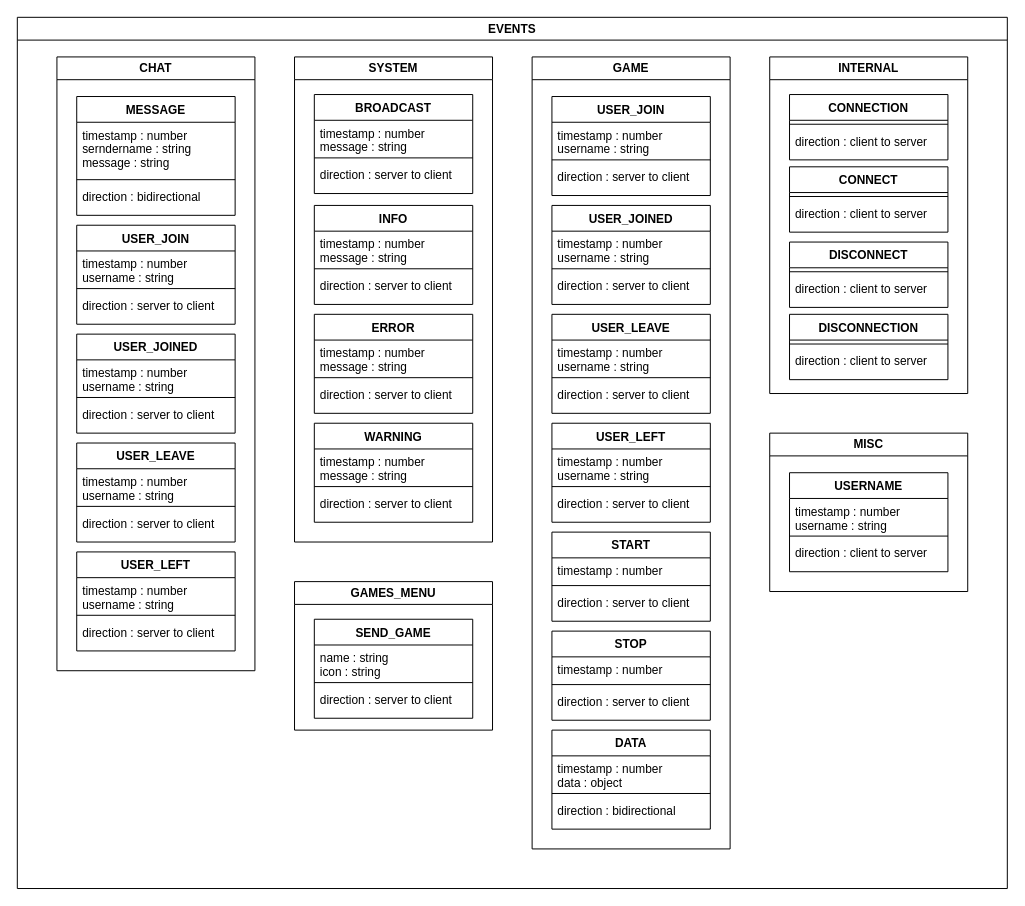
This is useful_docs/events.drawio from T0ine34/ortelo, a draw.io file, before an edit. Source tidied: cells renumbered, new cells numbered last; positions are measured from the earlier drawing's top-left corner, leaving out a move shared by most shapes. Both pictures are drawn from the tidied source at 99%, with x=0, y=0 at pixel (17, 17).
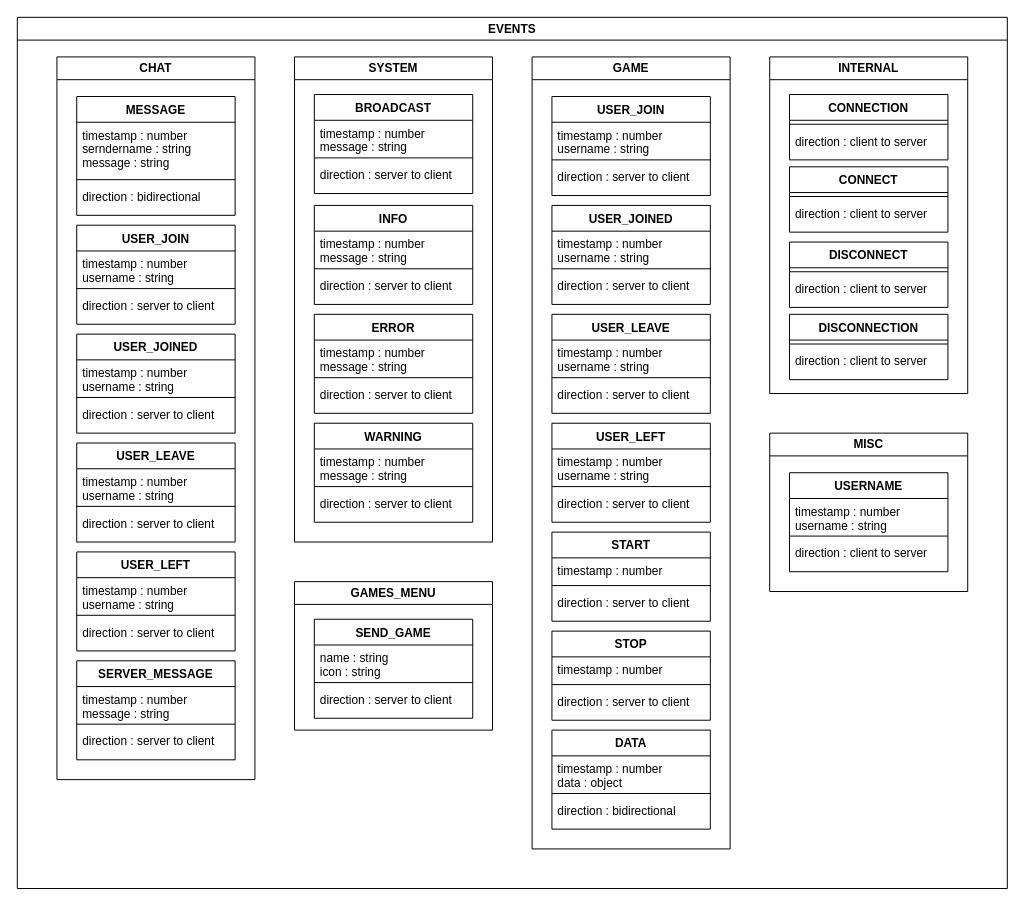
After the change.

Commit message (it also covers changes not shown here):
addign CHAT.SERVER_MESSAGE event

Unchanged cells that the change refers to:
```xml
<mxCell id="2" value="EVENTS" style="swimlane;whiteSpace=wrap;html=1;" parent="1" vertex="1">
  <mxGeometry width="1000" height="880" as="geometry" />
</mxCell>
```

Change to the diagram source:
```diff
@@
     <mxCell id="3" value="CHAT" style="swimlane;whiteSpace=wrap;html=1;" parent="2" vertex="1">
-      <mxGeometry x="40" y="40" width="200" height="620" as="geometry" />
+      <mxGeometry x="40" y="40" width="200" height="730" as="geometry" />
     </mxCell>
@@
+    <mxCell id="93" value="SERVER_MESSAGE" style="swimlane;fontStyle=1;align=center;verticalAlign=top;horizontal=1;startSize=26;" parent="3" vertex="1">
+      <mxGeometry x="20" y="610" width="160" height="100" as="geometry" />
+    </mxCell>
+    <mxCell id="94" value="timestamp : number&#10;message : string" style="text;strokeColor=none;fillColor=none;align=left;verticalAlign=top;spacingLeft=4;spacingRight=4;overflow=hidden;" parent="93" vertex="1">
+      <mxGeometry y="26" width="160" height="34" as="geometry" />
+    </mxCell>
+    <mxCell id="95" style="line;strokeWidth=1;fillColor=none;align=left;verticalAlign=middle;spacingTop=-1;spacingLeft=3;spacingRight=3;labelPosition=right;strokeColor=inherit;" parent="93" vertex="1">
+      <mxGeometry y="60" width="160" height="8" as="geometry" />
+    </mxCell>
+    <mxCell id="96" value="direction : server to client&#10;" style="text;strokeColor=none;fillColor=none;align=left;verticalAlign=top;spacingLeft=4;spacingRight=4;overflow=hidden;" parent="93" vertex="1">
+      <mxGeometry y="68" width="160" height="32" as="geometry" />
+    </mxCell>
```
